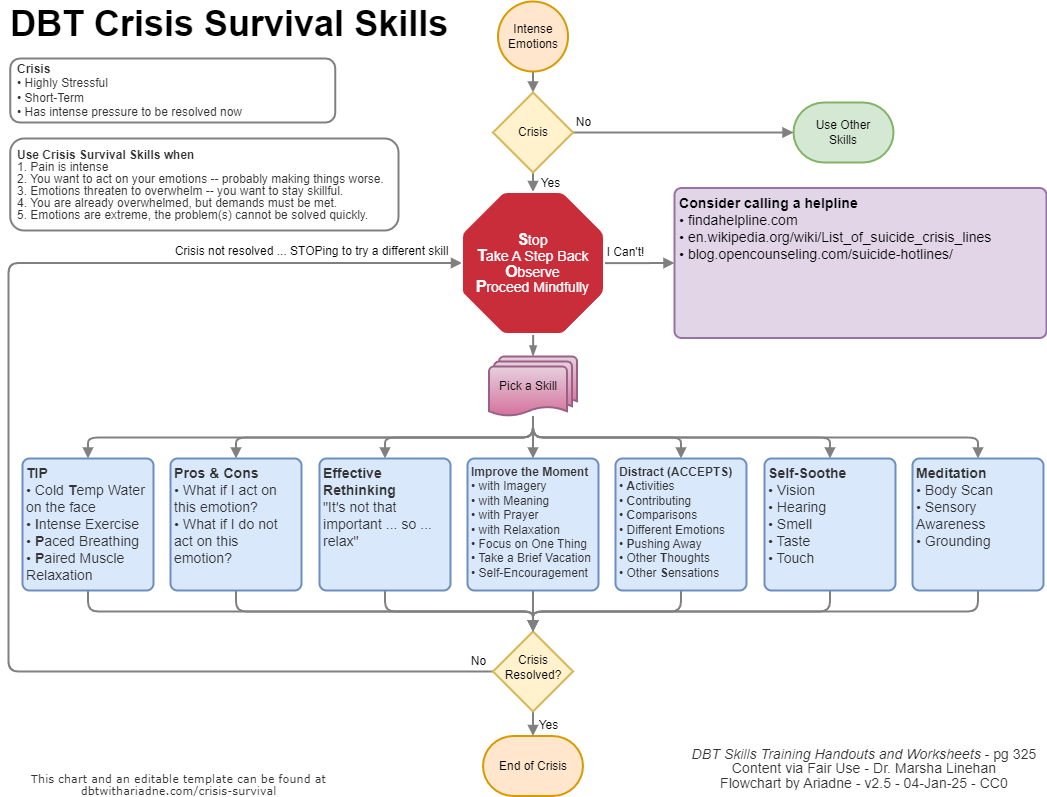
Earlier version of the draw.io export src/images/dbtwithariadne-crisis-survival-skills.drawio-v25.png (dbtwithariadne/website). Source tidied: cells renumbered, new cells last; positions are measured from the earlier drawing's top-left corner, leaving out a move shared by most shapes.
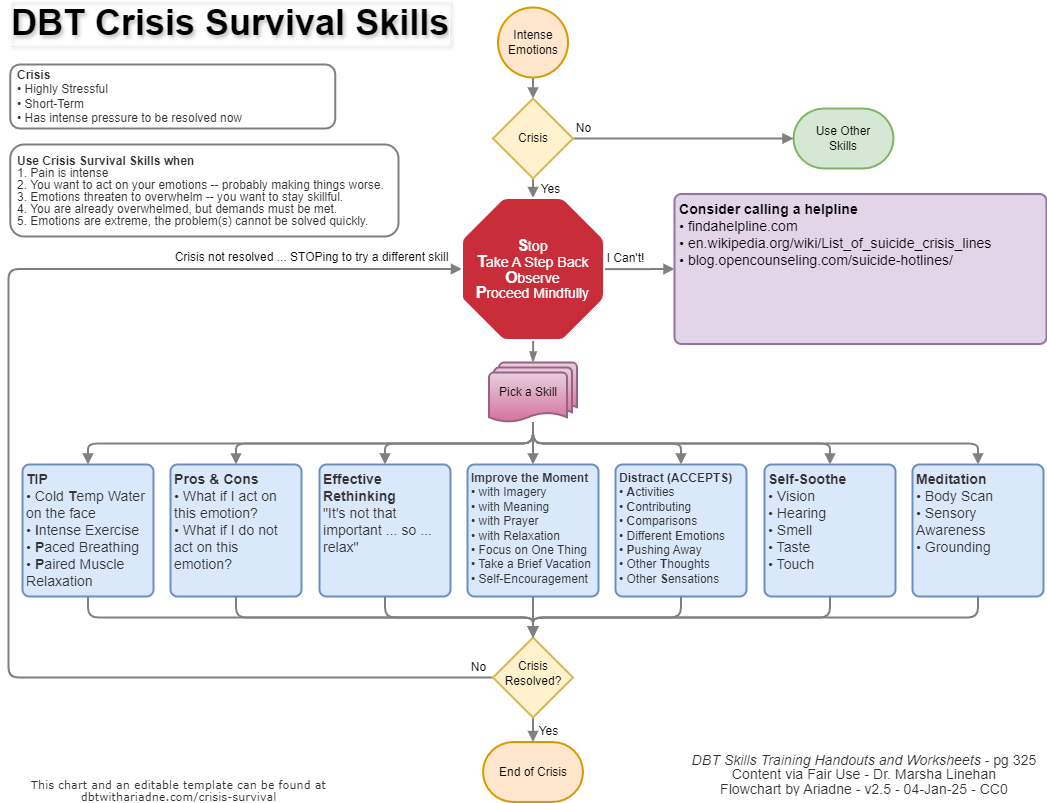
After the change.

Change to the diagram source:
```diff
@@ -147,8 +147,8 @@
     <mxCell id="41" value="Crisis" style="strokeWidth=2;html=1;shape=mxgraph.flowchart.decision;whiteSpace=wrap;fillColor=#fff2cc;strokeColor=#d6b656;" parent="1" vertex="1">
       <mxGeometry x="484.5" y="91" width="80" height="80" as="geometry" />
     </mxCell>
-    <mxCell id="42" value="DBT Crisis Survival Skills" style="text;strokeColor=none;align=left;fillColor=none;html=1;verticalAlign=middle;whiteSpace=wrap;rounded=0;fontStyle=1;fontSize=36;" parent="1" vertex="1">
-      <mxGeometry y="7" width="450" height="30" as="geometry" />
+    <mxCell id="42" value="DBT Crisis Survival Skills" style="text;strokeColor=#FFFFFF;align=left;fillColor=none;html=1;verticalAlign=middle;whiteSpace=wrap;rounded=0;fontStyle=1;fontSize=36;labelBorderColor=#FFFFFF;textShadow=1;" parent="1" vertex="1">
+      <mxGeometry width="450" height="30" as="geometry" />
     </mxCell>
     <mxCell id="43" style="edgeStyle=elbowEdgeStyle;rounded=1;jettySize=auto;html=1;entryX=0.5;entryY=0;entryDx=0;entryDy=0;entryPerimeter=0;elbow=vertical;strokeColor=#808080;strokeWidth=2;endArrow=block;endFill=1;curved=0;" parent="1" edge="1" source="52" target="25">
       <mxGeometry relative="1" as="geometry" />
```
